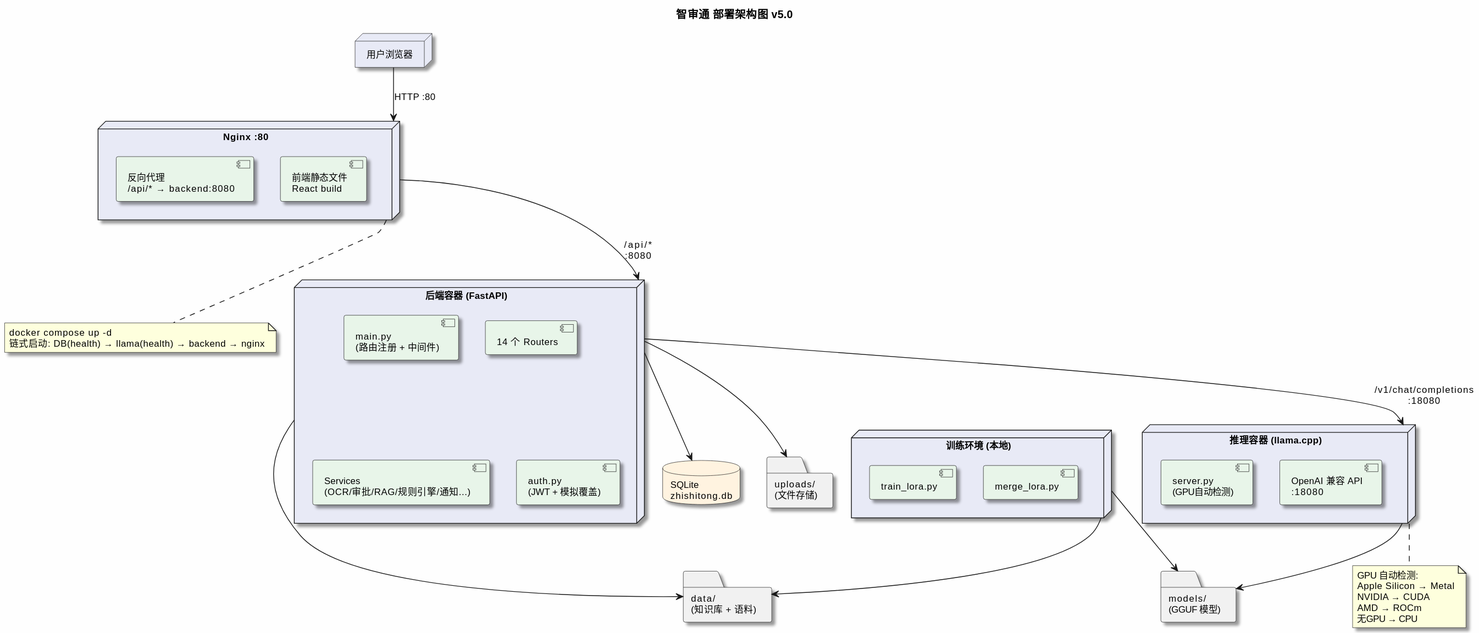
Earlier version of the PlantUML export docs/diagrams/智审通部署架构图.svg (Smile-of-a-Mac/zhishitong).
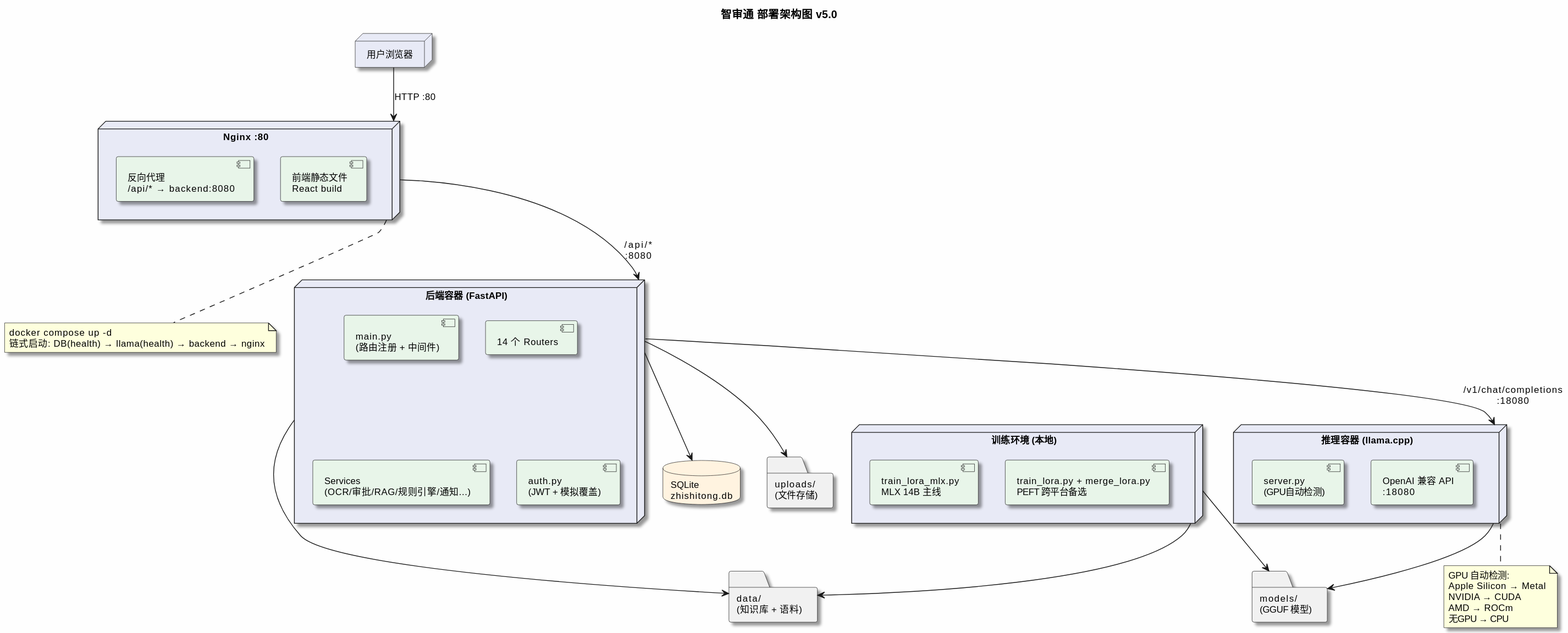
Later version of the same file.

Change to the diagram source:
```diff
@@ -30,8 +30,8 @@
 }
 
 node "训练环境 (本地)" as Training {
-  component "train_lora.py" as Train
-  component "merge_lora.py" as Merge
+  component "train_lora_mlx.py\nMLX 14B 主线" as Train
+  component "train_lora.py + merge_lora.py\nPEFT 跨平台备选" as Merge
 }
 
 database "SQLite\nzhishitong.db" as DB
```
